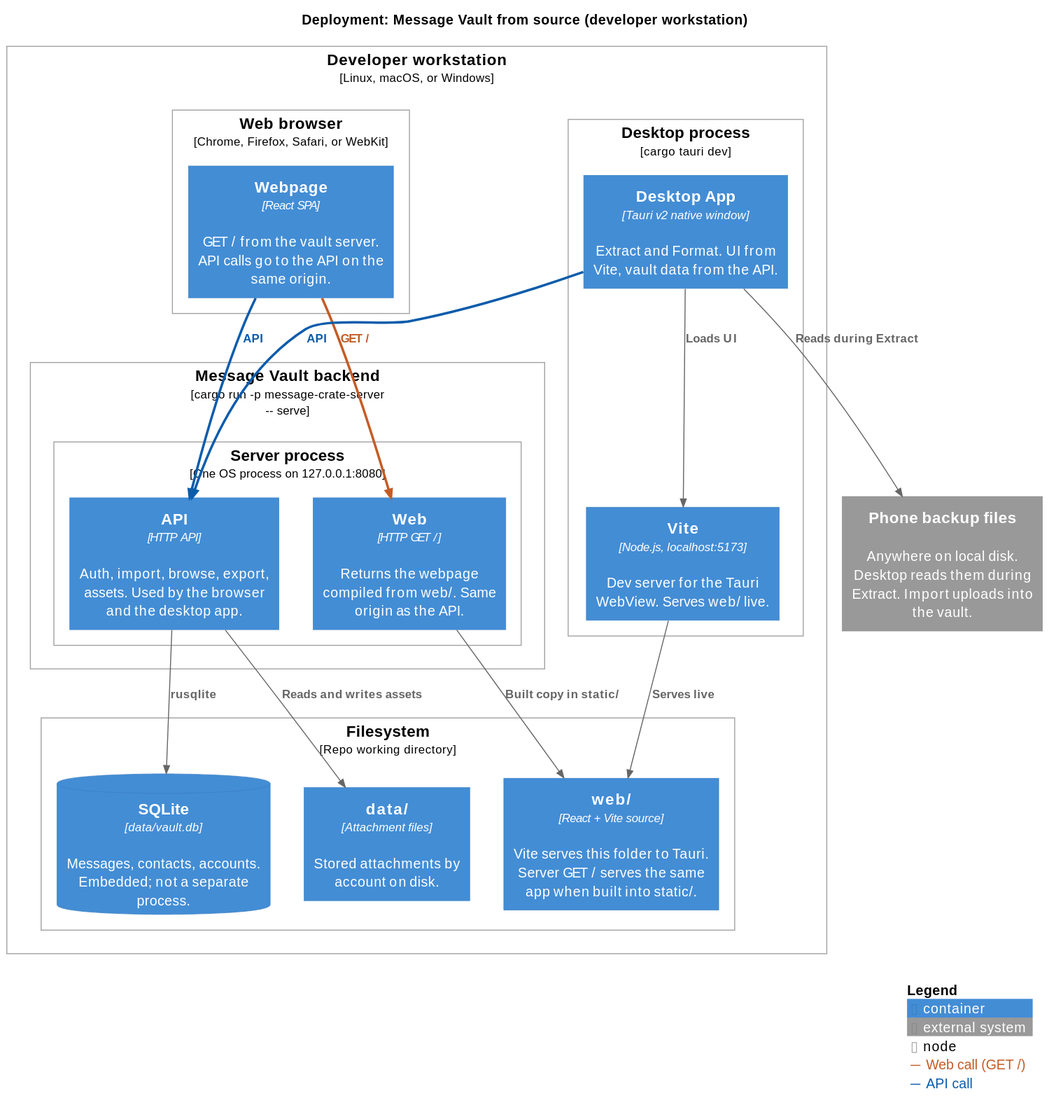
Above: docs/src/assets/architecture/deployment_diagram.svg in bitrealm-io/message-vault (PlantUML), before the change. Its diagram source:
```plantuml
@startuml
!include https://raw.githubusercontent.com/plantuml-stdlib/C4-PlantUML/master/C4_Deployment.puml

LAYOUT_TOP_DOWN()

AddRelTag("web", $textColor="#C45C26", $lineColor="#C45C26", $lineThickness="2.5", $legendText="Web call (GET /)")
AddRelTag("api", $textColor="#0B5CAB", $lineColor="#0B5CAB", $lineThickness="2.5", $legendText="API call")

title Deployment: Message Vault from source (developer workstation)

Deployment_Node(workstation, "Developer workstation", "Linux, macOS, or Windows") {
    Deployment_Node(browser, "Web browser", "Chrome, Firefox, Safari, or WebKit") {
        Container(spa, "Webpage", "React SPA", "GET / from the vault server. API calls go to the API on the same origin.")
    }

    Deployment_Node(tauri, "Desktop process", "cargo tauri dev") {
        Container(desktop, "Desktop App", "Tauri v2 native window", "Extract and Format. UI from Vite, vault data from the API.")
        Container(vite, "Vite", "Node.js, localhost:5173", "Dev server for the Tauri WebView. Serves web/ live.")
    }

    Deployment_Node(backend, "Message Vault backend", "cargo run -p message-vault-server -- serve") {
        Deployment_Node(proc, "Server process", "One OS process on 127.0.0.1:8080") {
            Container(web, "Web", "HTTP GET /", "Returns the webpage compiled from web/. Same origin as the API.")
            Container(api, "API", "HTTP API", "Auth, import, browse, export, assets. Used by the browser and the desktop app.")
        }
    }

    Deployment_Node(fs, "Filesystem", "Repo working directory") {
        Container(web_src, "web/", "React + Vite source", "Vite serves this folder to Tauri. Server GET / serves the same app when built into static/.")
        ContainerDb(db, "SQLite", "data/vault.db", "Messages, contacts, accounts. Embedded; not a separate process.")
        Container(data, "data/", "Attachment files", "Stored attachments by account on disk.")
    }
}

System_Ext(backups, "Phone backup files", "Anywhere on local disk. Desktop reads them during Extract. Import uploads into the vault.")

Rel(spa, web, "GET /", $tags="web")
Rel(spa, api, "API", $tags="api")
Rel(desktop, vite, "Loads UI")
Rel(desktop, api, "API", $tags="api")
Rel(vite, web_src, "Serves live")
Rel(web, web_src, "Built copy in static/")
Rel(api, db, "rusqlite")
Rel(api, data, "Reads and writes assets")
Rel(desktop, backups, "Reads during Extract")

SHOW_LEGEND()
@enduml
```
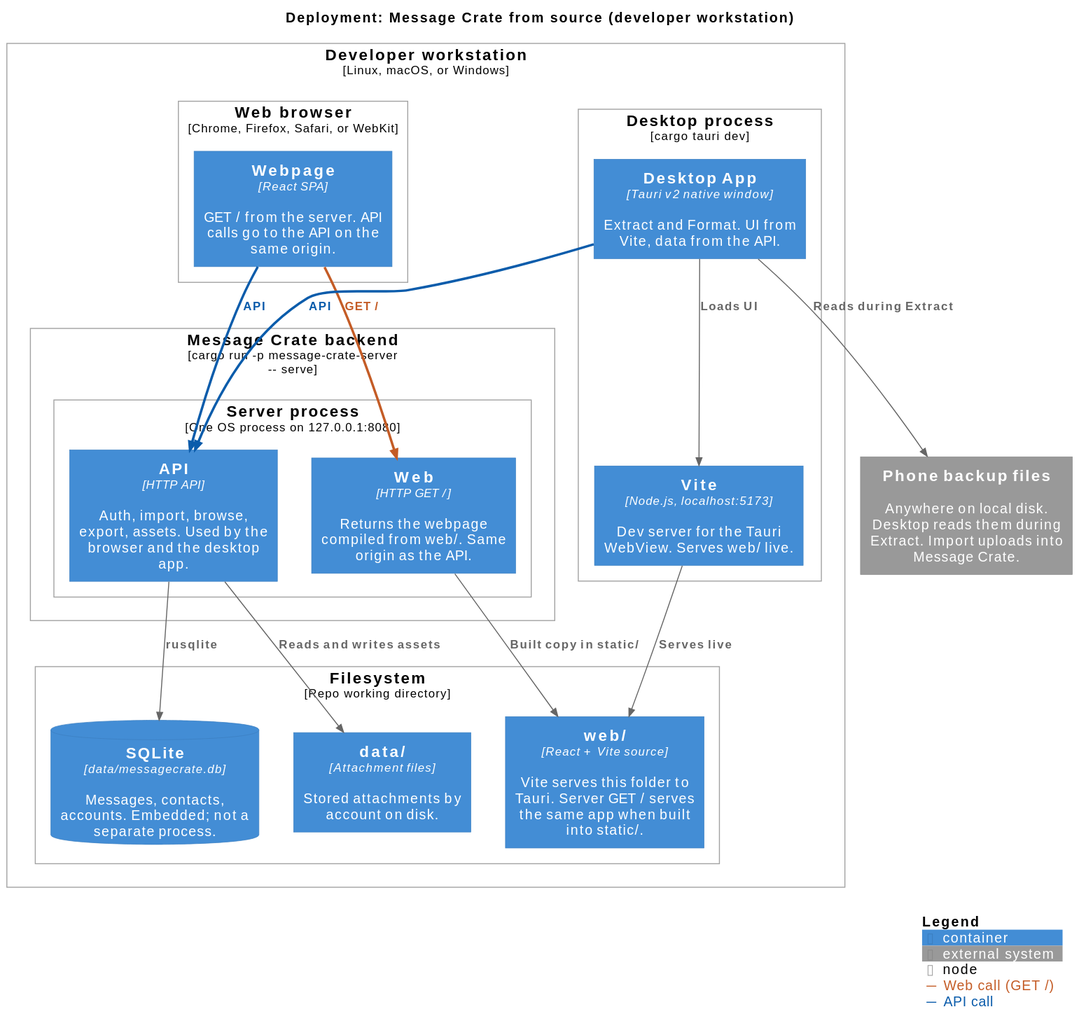
Later version of the same file.

Change to the diagram source:
```diff
@@ -6,19 +6,19 @@
 AddRelTag("web", $textColor="#C45C26", $lineColor="#C45C26", $lineThickness="2.5", $legendText="Web call (GET /)")
 AddRelTag("api", $textColor="#0B5CAB", $lineColor="#0B5CAB", $lineThickness="2.5", $legendText="API call")
 
-title Deployment: Message Vault from source (developer workstation)
+title Deployment: Message Crate from source (developer workstation)
 
 Deployment_Node(workstation, "Developer workstation", "Linux, macOS, or Windows") {
     Deployment_Node(browser, "Web browser", "Chrome, Firefox, Safari, or WebKit") {
-        Container(spa, "Webpage", "React SPA", "GET / from the vault server. API calls go to the API on the same origin.")
+        Container(spa, "Webpage", "React SPA", "GET / from the server. API calls go to the API on the same origin.")
     }
 
     Deployment_Node(tauri, "Desktop process", "cargo tauri dev") {
-        Container(desktop, "Desktop App", "Tauri v2 native window", "Extract and Format. UI from Vite, vault data from the API.")
+        Container(desktop, "Desktop App", "Tauri v2 native window", "Extract and Format. UI from Vite, data from the API.")
         Container(vite, "Vite", "Node.js, localhost:5173", "Dev server for the Tauri WebView. Serves web/ live.")
     }
 
-    Deployment_Node(backend, "Message Vault backend", "cargo run -p message-vault-server -- serve") {
+    Deployment_Node(backend, "Message Crate backend", "cargo run -p message-crate-server -- serve") {
         Deployment_Node(proc, "Server process", "One OS process on 127.0.0.1:8080") {
             Container(web, "Web", "HTTP GET /", "Returns the webpage compiled from web/. Same origin as the API.")
             Container(api, "API", "HTTP API", "Auth, import, browse, export, assets. Used by the browser and the desktop app.")
@@ -27,12 +27,12 @@
 
     Deployment_Node(fs, "Filesystem", "Repo working directory") {
         Container(web_src, "web/", "React + Vite source", "Vite serves this folder to Tauri. Server GET / serves the same app when built into static/.")
-        ContainerDb(db, "SQLite", "data/vault.db", "Messages, contacts, accounts. Embedded; not a separate process.")
+        ContainerDb(db, "SQLite", "data/messagecrate.db", "Messages, contacts, accounts. Embedded; not a separate process.")
         Container(data, "data/", "Attachment files", "Stored attachments by account on disk.")
     }
 }
 
-System_Ext(backups, "Phone backup files", "Anywhere on local disk. Desktop reads them during Extract. Import uploads into the vault.")
+System_Ext(backups, "Phone backup files", "Anywhere on local disk. Desktop reads them during Extract. Import uploads into Message Crate.")
 
 Rel(spa, web, "GET /", $tags="web")
 Rel(spa, api, "API", $tags="api")
```
